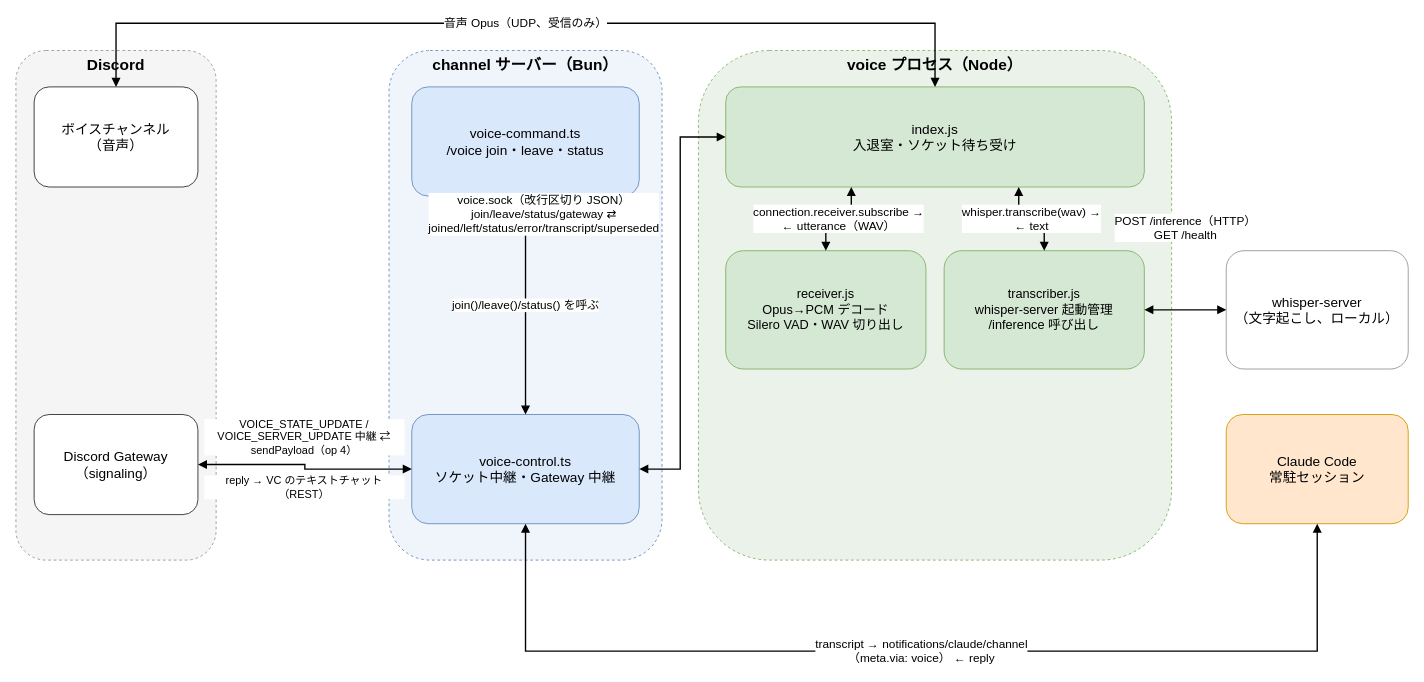
umitsu-tech/claude-code-discord-bot keeps this draw.io diagram as docs/diagrams/voice-architecture.drawio. Above is the earlier version. Source tidied: cells renumbered, new cells numbered last; positions are measured from the earlier drawing's top-left corner, leaving out a move shared by most shapes. Both pictures are drawn from the tidied source at 91%, with x=0, y=0 at pixel (15, 23).
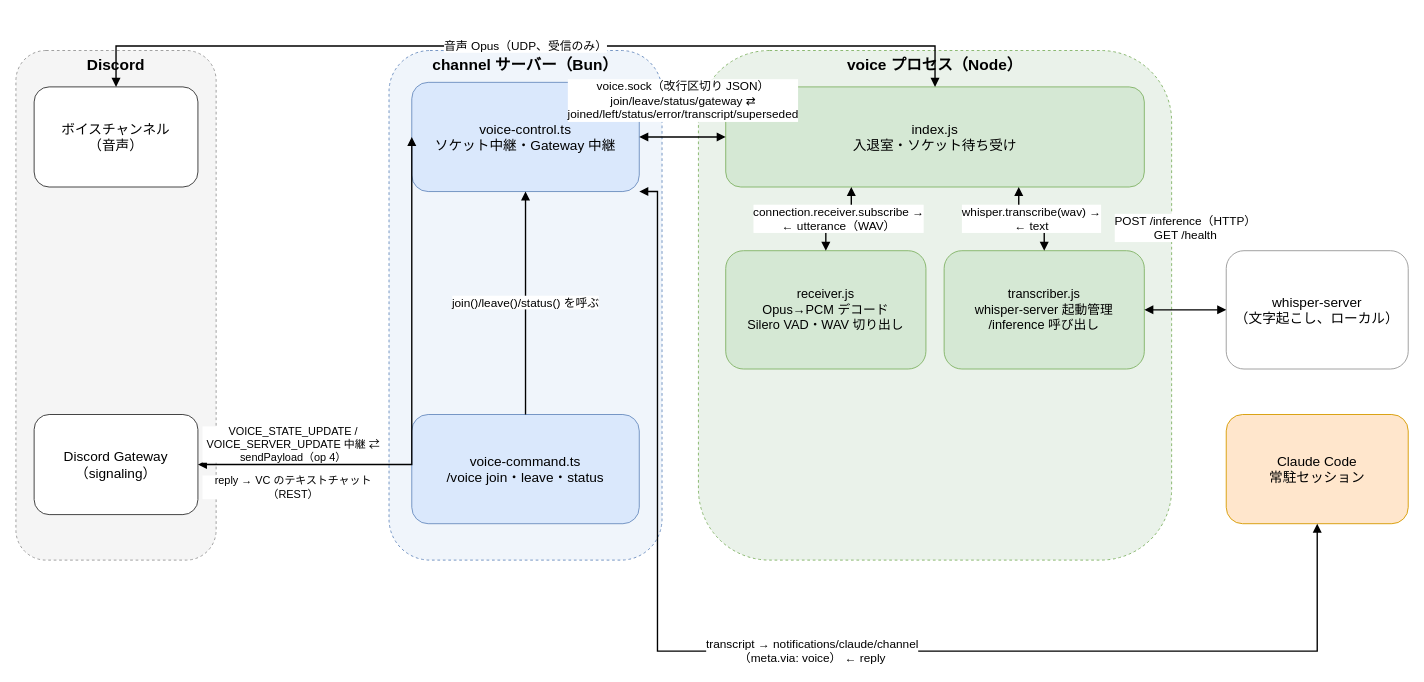
The same page after the edit.

Commit message (it also covers changes not shown here):
構成図のvoiceプロセス周りの矢印を直線・折れ1回に整理

The change refers to these unchanged cells:
```xml
<mxCell id="3" value="ボイスチャンネル&lt;br&gt;（音声）" style="rounded=1;whiteSpace=wrap;html=1;fillColor=#FFFFFF;strokeColor=#333333;fontSize=15;" parent="1" vertex="1">
  <mxGeometry x="20" y="70" width="180" height="110" as="geometry" />
</mxCell>
<mxCell id="4" value="Discord Gateway&lt;br&gt;（signaling）" style="rounded=1;whiteSpace=wrap;html=1;fillColor=#FFFFFF;strokeColor=#333333;fontSize=15;" parent="1" vertex="1">
  <mxGeometry x="20" y="430" width="180" height="110" as="geometry" />
</mxCell>
<mxCell id="9" value="index.js&lt;br&gt;入退室・ソケット待ち受け" style="rounded=1;whiteSpace=wrap;html=1;fillColor=#D5E8D4;strokeColor=#82B366;fontSize=15;" parent="1" vertex="1">
  <mxGeometry x="780" y="70" width="460" height="110" as="geometry" />
</mxCell>
<mxCell id="13" value="Claude Code&lt;br&gt;常駐セッション" style="rounded=1;whiteSpace=wrap;html=1;fillColor=#FFE6CC;strokeColor=#D79B00;fontSize=15;" parent="1" vertex="1">
  <mxGeometry x="1330" y="430" width="200" height="120" as="geometry" />
</mxCell>
```

Diff of the diagram source:
```diff
@@
+    <mxCell id="7" value="voice-control.ts&lt;br&gt;ソケット中継・Gateway 中継" style="rounded=1;whiteSpace=wrap;html=1;fillColor=#DAE8FC;strokeColor=#6C8EBF;fontSize=15;" parent="1" vertex="1">
+      <mxGeometry x="435" y="65" width="250" height="120" as="geometry" />
+    </mxCell>
     <mxCell id="6" value="voice-command.ts&lt;br&gt;/voice join・leave・status" style="rounded=1;whiteSpace=wrap;html=1;fillColor=#DAE8FC;strokeColor=#6C8EBF;fontSize=15;" parent="1" vertex="1">
-      <mxGeometry x="435" y="70" width="250" height="120" as="geometry" />
+      <mxGeometry x="435" y="430" width="250" height="120" as="geometry" />
     </mxCell>
-    <mxCell id="7" value="voice-control.ts&lt;br&gt;ソケット中継・Gateway 中継" style="rounded=1;whiteSpace=wrap;html=1;fillColor=#DAE8FC;strokeColor=#6C8EBF;fontSize=15;" parent="1" vertex="1">
-      <mxGeometry x="435" y="430" width="250" height="120" as="geometry" />
-    </mxCell>
@@
     <mxCell id="14" style="edgeStyle=orthogonalEdgeStyle;rounded=0;html=1;fontSize=13;endArrow=block;endFill=1;strokeWidth=1.5;startArrow=block;startFill=1;exitX=1;exitY=0.5;entryX=0;entryY=0.5;labelBackgroundColor=#ffffff;" parent="1" edge="1" source="4" target="7">
-      <mxGeometry relative="1" as="geometry" />
+      <mxGeometry relative="1" as="geometry">
+        <Array as="points">
+          <mxPoint x="435" y="485" />
+        </Array>
+      </mxGeometry>
     </mxCell>
     <mxCell id="15" value="VOICE_STATE_UPDATE / VOICE_SERVER_UPDATE 中継 ⇄&lt;br&gt;sendPayload（op 4）" style="rounded=0;whiteSpace=wrap;html=1;fillColor=#ffffff;strokeColor=none;fontSize=12;align=center;verticalAlign=middle;" parent="1" vertex="1">
-      <mxGeometry x="207" y="435" width="220" height="40" as="geometry" />
+      <mxGeometry x="205" y="443" width="200" height="40" as="geometry" />
     </mxCell>
     <mxCell id="16" value="reply → VC のテキストチャット（REST）" style="rounded=0;whiteSpace=wrap;html=1;fillColor=#ffffff;strokeColor=none;fontSize=12;align=center;verticalAlign=middle;" parent="1" vertex="1">
-      <mxGeometry x="207" y="497" width="220" height="26" as="geometry" />
+      <mxGeometry x="205" y="497" width="200" height="26" as="geometry" />
     </mxCell>
-    <mxCell id="17" value="join()/leave()/status() を呼ぶ" style="edgeStyle=orthogonalEdgeStyle;rounded=0;html=1;fontSize=13;endArrow=block;endFill=1;strokeWidth=1.5;exitX=0.5;exitY=1;entryX=0.5;entryY=0;labelBackgroundColor=#ffffff;" parent="1" edge="1" source="6" target="7">
+    <mxCell id="17" value="join()/leave()/status() を呼ぶ" style="edgeStyle=orthogonalEdgeStyle;rounded=0;html=1;fontSize=13;endArrow=block;endFill=1;strokeWidth=1.5;exitX=0.5;exitY=0;entryX=0.5;entryY=1;labelBackgroundColor=#ffffff;" parent="1" edge="1" source="6" target="7">
       <mxGeometry relative="1" as="geometry" />
     </mxCell>
     <mxCell id="18" value="voice.sock（改行区切り JSON）&lt;br&gt;join/leave/status/gateway ⇄&lt;br&gt;joined/left/status/error/transcript/superseded" style="edgeStyle=orthogonalEdgeStyle;rounded=0;html=1;fontSize=13;endArrow=block;endFill=1;strokeWidth=1.5;startArrow=block;startFill=1;exitX=1;exitY=0.5;entryX=0;entryY=0.5;labelBackgroundColor=#ffffff;" parent="1" edge="1" source="7" target="9">
       <mxGeometry relative="1" as="geometry">
-        <Array as="points">
-          <mxPoint x="730" y="490" />
-          <mxPoint x="730" y="125" />
-        </Array>
-        <mxPoint x="-150" y="-95" as="offset" />
+        <mxPoint y="-40" as="offset" />
       </mxGeometry>
     </mxCell>
     <mxCell id="19" value="音声 Opus（UDP、受信のみ）" style="edgeStyle=orthogonalEdgeStyle;rounded=0;html=1;fontSize=13;endArrow=block;endFill=1;strokeWidth=1.5;startArrow=block;startFill=1;exitX=0.5;exitY=0;entryX=0.5;entryY=0;labelBackgroundColor=#ffffff;" parent="1" edge="1" source="3" target="9">
       <mxGeometry relative="1" as="geometry">
         <Array as="points">
-          <mxPoint x="110" />
-          <mxPoint x="1010" />
+          <mxPoint x="110" y="25" />
+          <mxPoint x="1010" y="25" />
         </Array>
       </mxGeometry>
     </mxCell>
@@
-    <mxCell id="23" value="transcript → notifications/claude/channel&lt;br&gt;（meta.via: voice） ← reply" style="edgeStyle=orthogonalEdgeStyle;rounded=0;html=1;fontSize=13;endArrow=block;endFill=1;strokeWidth=1.5;startArrow=block;startFill=1;exitX=0.5;exitY=1;entryX=0.5;entryY=1;labelBackgroundColor=#ffffff;" parent="1" edge="1" source="7" target="13">
+    <mxCell id="23" value="transcript → notifications/claude/channel&lt;br&gt;（meta.via: voice） ← reply" style="edgeStyle=orthogonalEdgeStyle;rounded=0;html=1;fontSize=13;endArrow=block;endFill=1;strokeWidth=1.5;startArrow=block;startFill=1;exitX=1;exitY=1;entryX=0.5;entryY=1;labelBackgroundColor=#ffffff;" parent="1" edge="1" source="7" target="13">
       <mxGeometry relative="1" as="geometry">
         <Array as="points">
-          <mxPoint x="560" y="690" />
+          <mxPoint x="705" y="185" />
+          <mxPoint x="705" y="690" />
           <mxPoint x="1430" y="690" />
         </Array>
       </mxGeometry>
     </mxCell>
```
